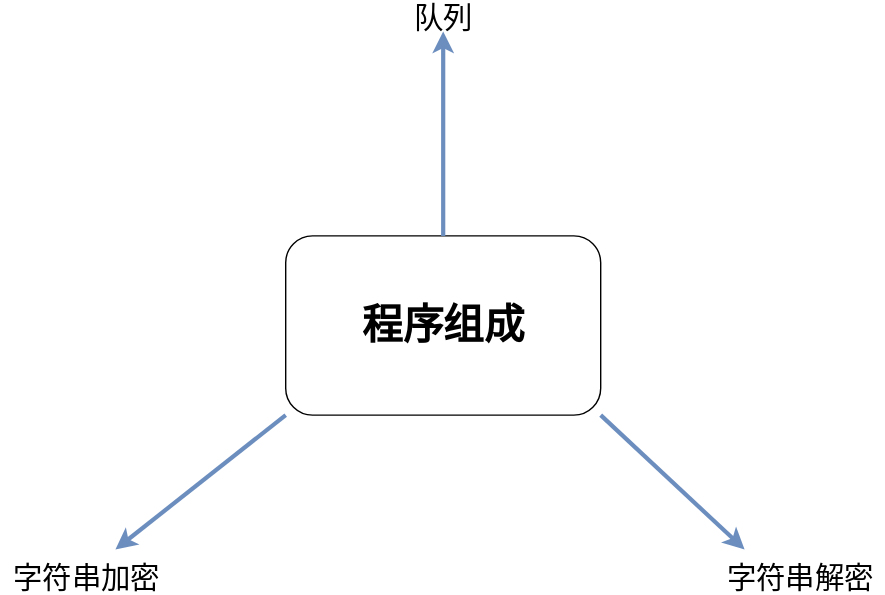
Earlier version of the draw.io export process_diagram.svg (PommesPeter/draw.io_diagram). Source tidied: cells renumbered, new cells last; positions are measured from the earlier drawing's top-left corner, leaving out a move shared by most shapes. Source of this version:
```xml
<mxGraphModel>
  <root>
    <mxCell id="0" />
    <mxCell id="1" parent="0" />
    <mxCell id="2" style="group;" parent="1" vertex="1">
      <mxGeometry width="630" height="420" as="geometry" />
    </mxCell>
    <mxCell id="3" value="&lt;h2&gt;&lt;font style=&quot;font-size: 29px&quot;&gt;程序组成&lt;/font&gt;&lt;/h2&gt;" style="rounded=1;whiteSpace=wrap;html=1;" parent="2" vertex="1">
      <mxGeometry x="202.5" y="166" width="225" height="128" as="geometry" />
    </mxCell>
    <mxCell id="4" style="endArrow=classic;html=1;entryX=0.75;entryY=0;entryDx=0;entryDy=0;fillColor=#dae8fc;strokeColor=#6c8ebf;strokeWidth=3;" parent="2" edge="1">
      <mxGeometry x="15" y="-90" as="geometry">
        <mxPoint x="202.5" y="294" as="sourcePoint" />
        <mxPoint x="80.9" y="390" as="targetPoint" />
      </mxGeometry>
    </mxCell>
    <mxCell id="5" style="endArrow=classic;html=1;exitX=0.5;exitY=0;exitDx=0;exitDy=0;strokeWidth=3;fillColor=#dae8fc;strokeColor=#6c8ebf;" parent="2" edge="1" source="3">
      <mxGeometry x="15" y="-90" as="geometry">
        <mxPoint x="315" y="20" as="targetPoint" />
      </mxGeometry>
    </mxCell>
    <mxCell id="6" style="endArrow=classic;html=1;entryX=0.25;entryY=0;entryDx=0;entryDy=0;exitX=1;exitY=1;exitDx=0;exitDy=0;strokeWidth=3;fillColor=#dae8fc;strokeColor=#6c8ebf;" parent="2" edge="1" source="3">
      <mxGeometry x="15" y="-90" as="geometry">
        <mxPoint x="530.3" y="390" as="targetPoint" />
      </mxGeometry>
    </mxCell>
    <mxCell id="7" value="&lt;font style=&quot;font-size: 21px&quot;&gt;队列&lt;/font&gt;" style="text;html=1;align=center;verticalAlign=middle;points=[];fillColor=none;strokeColor=none;rounded=0;strokeWidth=3;" parent="2" vertex="1">
      <mxGeometry x="285" width="60" height="20" as="geometry" />
    </mxCell>
    <mxCell id="8" value="&lt;font style=&quot;font-size: 21px&quot;&gt;字符串解密&lt;/font&gt;" style="text;html=1;align=center;verticalAlign=middle;fillColor=none;strokeColor=none;rounded=0;strokeWidth=2;" parent="2" vertex="1">
      <mxGeometry x="510" y="400" width="120" height="20" as="geometry" />
    </mxCell>
    <mxCell id="9" value="&lt;font style=&quot;font-size: 21px&quot;&gt;字符串加密&lt;/font&gt;" style="text;html=1;align=center;verticalAlign=middle;fillColor=none;strokeColor=none;rounded=0;strokeWidth=2;" parent="2" vertex="1">
      <mxGeometry y="400" width="120" height="20" as="geometry" />
    </mxCell>
  </root>
</mxGraphModel>
```
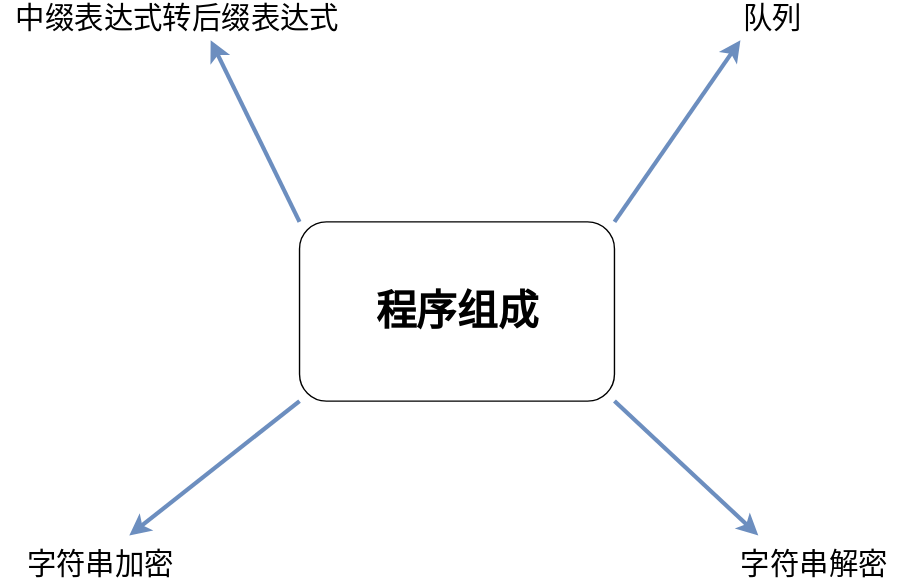
Above is the later version.

Diff of the diagram source:
```diff
@@ -2,36 +2,39 @@
   <root>
     <mxCell id="0" />
     <mxCell id="1" parent="0" />
-    <mxCell id="2" style="group;" parent="1" vertex="1">
-      <mxGeometry width="630" height="420" as="geometry" />
-    </mxCell>
-    <mxCell id="3" value="&lt;h2&gt;&lt;font style=&quot;font-size: 29px&quot;&gt;程序组成&lt;/font&gt;&lt;/h2&gt;" style="rounded=1;whiteSpace=wrap;html=1;" parent="2" vertex="1">
+    <mxCell id="3" value="&lt;h2&gt;&lt;font style=&quot;font-size: 29px&quot;&gt;程序组成&lt;/font&gt;&lt;/h2&gt;" style="rounded=1;whiteSpace=wrap;html=1;" parent="1" vertex="1">
       <mxGeometry x="202.5" y="166" width="225" height="128" as="geometry" />
     </mxCell>
-    <mxCell id="4" style="endArrow=classic;html=1;entryX=0.75;entryY=0;entryDx=0;entryDy=0;fillColor=#dae8fc;strokeColor=#6c8ebf;strokeWidth=3;" parent="2" edge="1">
-      <mxGeometry x="15" y="-90" as="geometry">
+    <mxCell id="4" style="endArrow=classic;html=1;entryX=0.75;entryY=0;entryDx=0;entryDy=0;fillColor=#dae8fc;strokeColor=#6c8ebf;strokeWidth=3;" parent="1" edge="1">
+      <mxGeometry x="100" y="40" as="geometry">
         <mxPoint x="202.5" y="294" as="sourcePoint" />
         <mxPoint x="80.9" y="390" as="targetPoint" />
       </mxGeometry>
     </mxCell>
-    <mxCell id="5" style="endArrow=classic;html=1;exitX=0.5;exitY=0;exitDx=0;exitDy=0;strokeWidth=3;fillColor=#dae8fc;strokeColor=#6c8ebf;" parent="2" edge="1" source="3">
-      <mxGeometry x="15" y="-90" as="geometry">
-        <mxPoint x="315" y="20" as="targetPoint" />
-      </mxGeometry>
+    <mxCell id="5" style="endArrow=classic;html=1;exitX=1;exitY=0;exitDx=0;exitDy=0;strokeWidth=3;fillColor=#dae8fc;strokeColor=#6c8ebf;entryX=0.125;entryY=1.309;entryDx=0;entryDy=0;entryPerimeter=0;" parent="1" edge="1" source="3" target="7">
+      <mxGeometry x="100" y="40" as="geometry" />
     </mxCell>
-    <mxCell id="6" style="endArrow=classic;html=1;entryX=0.25;entryY=0;entryDx=0;entryDy=0;exitX=1;exitY=1;exitDx=0;exitDy=0;strokeWidth=3;fillColor=#dae8fc;strokeColor=#6c8ebf;" parent="2" edge="1" source="3">
-      <mxGeometry x="15" y="-90" as="geometry">
+    <mxCell id="6" style="endArrow=classic;html=1;entryX=0.25;entryY=0;entryDx=0;entryDy=0;exitX=1;exitY=1;exitDx=0;exitDy=0;strokeWidth=3;fillColor=#dae8fc;strokeColor=#6c8ebf;" parent="1" edge="1" source="3">
+      <mxGeometry x="100" y="40" as="geometry">
         <mxPoint x="530.3" y="390" as="targetPoint" />
       </mxGeometry>
     </mxCell>
-    <mxCell id="7" value="&lt;font style=&quot;font-size: 21px&quot;&gt;队列&lt;/font&gt;" style="text;html=1;align=center;verticalAlign=middle;points=[];fillColor=none;strokeColor=none;rounded=0;strokeWidth=3;" parent="2" vertex="1">
-      <mxGeometry x="285" width="60" height="20" as="geometry" />
+    <mxCell id="7" value="&lt;font style=&quot;font-size: 21px&quot;&gt;队列&lt;/font&gt;" style="text;html=1;align=center;verticalAlign=middle;points=[];fillColor=none;strokeColor=none;rounded=0;strokeWidth=3;" parent="1" vertex="1">
+      <mxGeometry x="510" y="10" width="60" height="20" as="geometry" />
     </mxCell>
-    <mxCell id="8" value="&lt;font style=&quot;font-size: 21px&quot;&gt;字符串解密&lt;/font&gt;" style="text;html=1;align=center;verticalAlign=middle;fillColor=none;strokeColor=none;rounded=0;strokeWidth=2;" parent="2" vertex="1">
+    <mxCell id="8" value="&lt;font style=&quot;font-size: 21px&quot;&gt;字符串解密&lt;/font&gt;" style="text;html=1;align=center;verticalAlign=middle;fillColor=none;strokeColor=none;rounded=0;strokeWidth=2;" parent="1" vertex="1">
       <mxGeometry x="510" y="400" width="120" height="20" as="geometry" />
     </mxCell>
-    <mxCell id="9" value="&lt;font style=&quot;font-size: 21px&quot;&gt;字符串加密&lt;/font&gt;" style="text;html=1;align=center;verticalAlign=middle;fillColor=none;strokeColor=none;rounded=0;strokeWidth=2;" parent="2" vertex="1">
+    <mxCell id="9" value="&lt;font style=&quot;font-size: 21px&quot;&gt;字符串加密&lt;/font&gt;" style="text;html=1;align=center;verticalAlign=middle;fillColor=none;strokeColor=none;rounded=0;strokeWidth=2;" parent="1" vertex="1">
       <mxGeometry y="400" width="120" height="20" as="geometry" />
     </mxCell>
+    <mxCell id="10" style="endArrow=classic;html=1;strokeWidth=3;fillColor=#dae8fc;strokeColor=#6c8ebf;entryX=0.9;entryY=1.309;entryDx=0;entryDy=0;entryPerimeter=0;exitX=0;exitY=0;exitDx=0;exitDy=0;" parent="1" edge="1" source="3">
+      <mxGeometry x="-182.5" y="30" as="geometry">
+        <mxPoint x="139" y="36.2" as="targetPoint" />
+      </mxGeometry>
+    </mxCell>
+    <mxCell id="11" value="&lt;span style=&quot;font-size: 21px&quot;&gt;中缀表达式转后缀表达式&lt;/span&gt;" style="text;html=1;align=center;verticalAlign=middle;fillColor=none;strokeColor=none;rounded=0;strokeWidth=3;" parent="1" vertex="1">
+      <mxGeometry x="-10" y="10" width="250" height="20" as="geometry" />
+    </mxCell>
   </root>
 </mxGraphModel>
```
